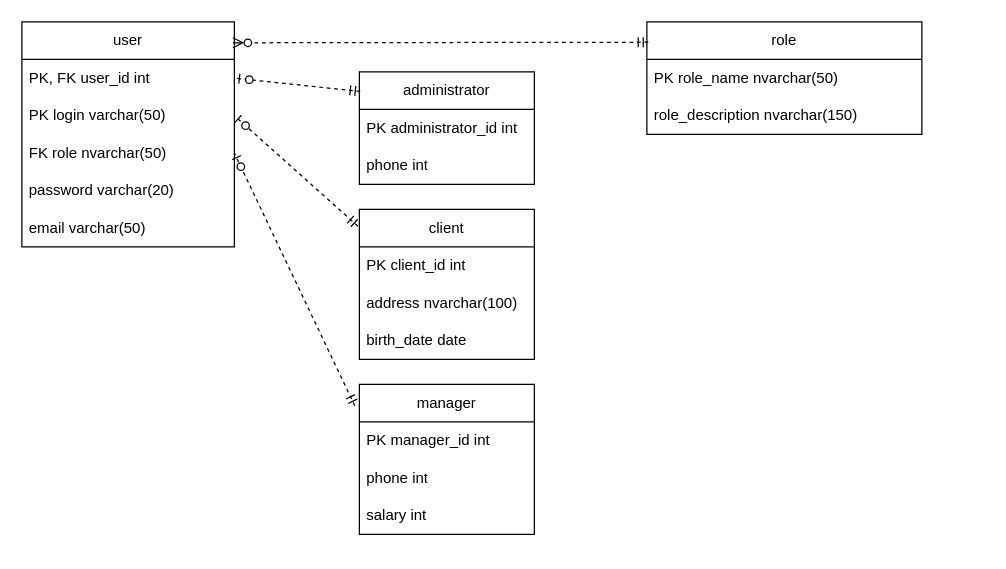
Earlier version of the draw.io diagram labworks/labwork2/labwork_2_task_5.drawio (KlosHiHi/DBDaPT). Source tidied: cells renumbered, new cells numbered last; positions are measured from the earlier drawing's top-left corner, leaving out a move shared by most shapes. Both pictures are drawn from the tidied source at 125%, with x=0, y=0 at pixel (21, 21).
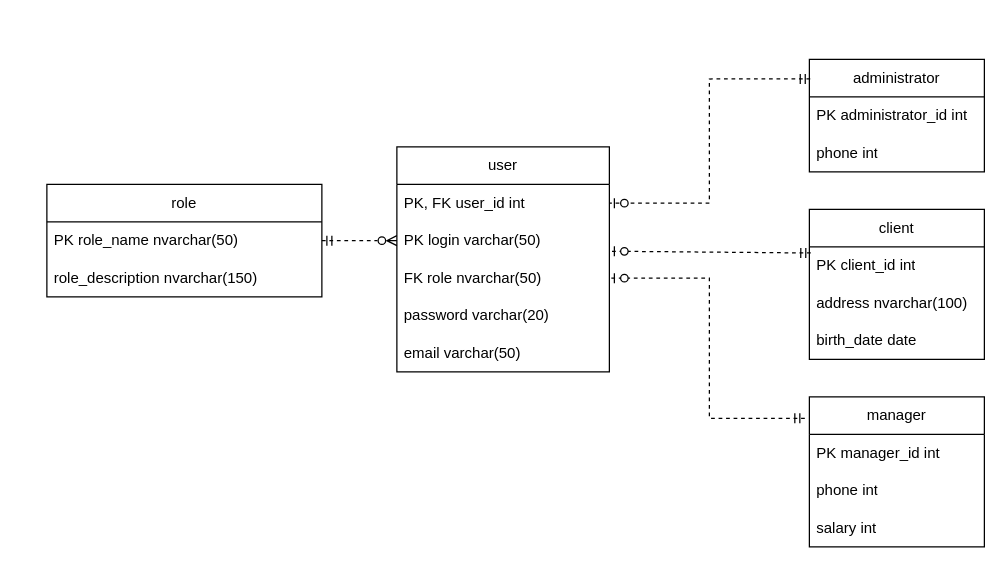
After the change.

The change refers to these unchanged cells:
```xml
<mxCell id="3" value="PK, FK user_id int" style="text;strokeColor=none;fillColor=none;align=left;verticalAlign=middle;spacingLeft=4;spacingRight=4;overflow=hidden;points=[[0,0.5],[1,0.5]];portConstraint=eastwest;whiteSpace=wrap;html=1;" parent="2" vertex="1">
  <mxGeometry y="30" width="170" height="30" as="geometry" />
</mxCell>
<mxCell id="4" value="PK login varchar(50)" style="text;strokeColor=none;fillColor=none;align=left;verticalAlign=middle;spacingLeft=4;spacingRight=4;overflow=hidden;points=[[0,0.5],[1,0.5]];portConstraint=eastwest;whiteSpace=wrap;html=1;" parent="2" vertex="1">
  <mxGeometry y="60" width="170" height="30" as="geometry" />
</mxCell>
<mxCell id="5" value="FK role nvarchar(50)" style="text;strokeColor=none;fillColor=none;align=left;verticalAlign=middle;spacingLeft=4;spacingRight=4;overflow=hidden;points=[[0,0.5],[1,0.5]];portConstraint=eastwest;whiteSpace=wrap;html=1;" parent="2" vertex="1">
  <mxGeometry y="90" width="170" height="30" as="geometry" />
</mxCell>
<mxCell id="9" value="PK role_name nvarchar(50)" style="text;strokeColor=none;fillColor=none;align=left;verticalAlign=middle;spacingLeft=4;spacingRight=4;overflow=hidden;points=[[0,0.5],[1,0.5]];portConstraint=eastwest;whiteSpace=wrap;html=1;" parent="8" vertex="1">
  <mxGeometry y="30" width="220" height="30" as="geometry" />
</mxCell>
<mxCell id="13" value="PK client_id int" style="text;strokeColor=none;fillColor=none;align=left;verticalAlign=middle;spacingLeft=4;spacingRight=4;overflow=hidden;points=[[0,0.5],[1,0.5]];portConstraint=eastwest;whiteSpace=wrap;html=1;" parent="12" vertex="1">
  <mxGeometry y="30" width="140" height="30" as="geometry" />
</mxCell>
```

What changed in the source:
```diff
@@
     <mxCell id="2" value="user" style="swimlane;fontStyle=0;horizontal=1;startSize=30;whiteSpace=wrap;html=1;" parent="1" vertex="1">
-      <mxGeometry width="170" height="180" as="geometry" />
+      <mxGeometry x="300" y="100" width="170" height="180" as="geometry" />
     </mxCell>
@@
     <mxCell id="8" value="role" style="swimlane;fontStyle=0;horizontal=1;startSize=30;whiteSpace=wrap;html=1;" parent="1" vertex="1">
-      <mxGeometry x="500" width="220" height="90" as="geometry" />
+      <mxGeometry x="20" y="130" width="220" height="90" as="geometry" />
     </mxCell>
@@
-    <mxCell id="11" style="fontSize=12;html=1;endArrow=ERzeroToMany;startArrow=ERmandOne;rounded=0;startFill=0;endFill=0;entryX=0.993;entryY=0.093;entryDx=0;entryDy=0;entryPerimeter=0;dashed=1;exitX=0.005;exitY=0.181;exitDx=0;exitDy=0;exitPerimeter=0;" parent="1" edge="1" source="8" target="2">
+    <mxCell id="11" style="fontSize=12;html=1;endArrow=ERzeroToMany;startArrow=ERmandOne;rounded=0;startFill=0;endFill=0;entryX=0;entryY=0.5;entryDx=0;entryDy=0;dashed=1;exitX=1;exitY=0.5;exitDx=0;exitDy=0;" parent="1" edge="1" source="9" target="4">
       <mxGeometry relative="1" as="geometry" />
     </mxCell>
     <mxCell id="12" value="client" style="swimlane;fontStyle=0;horizontal=1;startSize=30;whiteSpace=wrap;html=1;" parent="1" vertex="1">
-      <mxGeometry x="270" y="150" width="140" height="120" as="geometry" />
+      <mxGeometry x="630" y="150" width="140" height="120" as="geometry" />
     </mxCell>
@@
     <mxCell id="16" value="administrator" style="swimlane;fontStyle=0;horizontal=1;startSize=30;whiteSpace=wrap;html=1;" parent="1" vertex="1">
-      <mxGeometry x="270" y="40" width="140" height="90" as="geometry" />
+      <mxGeometry x="630" y="30" width="140" height="90" as="geometry" />
     </mxCell>
@@
     <mxCell id="19" value="manager" style="swimlane;fontStyle=0;horizontal=1;startSize=30;whiteSpace=wrap;html=1;" parent="1" vertex="1">
-      <mxGeometry x="270" y="290" width="140" height="120" as="geometry" />
+      <mxGeometry x="630" y="300" width="140" height="120" as="geometry" />
     </mxCell>
@@
-    <mxCell id="23" style="fontSize=12;html=1;endArrow=ERzeroToOne;startArrow=ERmandOne;rounded=0;entryX=1;entryY=0.5;entryDx=0;entryDy=0;exitX=0.005;exitY=0.174;exitDx=0;exitDy=0;exitPerimeter=0;dashed=1;" parent="1" edge="1" source="16" target="3">
+    <mxCell id="23" style="fontSize=12;html=1;endArrow=ERzeroToOne;startArrow=ERmandOne;rounded=0;entryX=1;entryY=0.5;entryDx=0;entryDy=0;exitX=0.005;exitY=0.174;exitDx=0;exitDy=0;exitPerimeter=0;dashed=1;edgeStyle=orthogonalEdgeStyle;" parent="1" edge="1" source="16" target="3">
       <mxGeometry relative="1" as="geometry" />
     </mxCell>
-    <mxCell id="24" style="fontSize=12;html=1;endArrow=ERzeroToOne;startArrow=ERmandOne;rounded=0;exitX=-0.026;exitY=0.143;exitDx=0;exitDy=0;exitPerimeter=0;entryX=1;entryY=0.5;entryDx=0;entryDy=0;dashed=1;" parent="1" edge="1" source="19" target="5">
-      <mxGeometry relative="1" as="geometry" />
+    <mxCell id="24" style="fontSize=12;html=1;endArrow=ERzeroToOne;startArrow=ERmandOne;rounded=0;exitX=-0.026;exitY=0.143;exitDx=0;exitDy=0;exitPerimeter=0;entryX=1;entryY=0.5;entryDx=0;entryDy=0;dashed=1;edgeStyle=orthogonalEdgeStyle;" parent="1" edge="1" source="19" target="5">
+      <mxGeometry relative="1" as="geometry">
+        <Array as="points">
+          <mxPoint x="550" y="317" />
+          <mxPoint x="550" y="205" />
+        </Array>
+      </mxGeometry>
     </mxCell>
-    <mxCell id="25" style="fontSize=12;html=1;endArrow=ERzeroToOne;startArrow=ERmandOne;rounded=0;exitX=-0.008;exitY=0.113;exitDx=0;exitDy=0;exitPerimeter=0;entryX=1;entryY=0.5;entryDx=0;entryDy=0;dashed=1;" parent="1" edge="1" source="12" target="4">
+    <mxCell id="25" style="fontSize=12;html=1;endArrow=ERzeroToOne;startArrow=ERmandOne;rounded=0;exitX=0.008;exitY=0.163;exitDx=0;exitDy=0;entryX=1;entryY=0.783;entryDx=0;entryDy=0;dashed=1;entryPerimeter=0;exitPerimeter=0;" parent="1" edge="1" source="13" target="4">
       <mxGeometry relative="1" as="geometry" />
     </mxCell>
```
